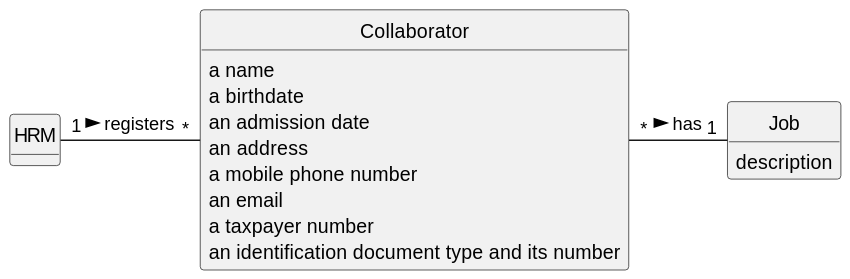
Before: docs/sprintA/us003/02.analysis/svg/us003-domain-model.svg, a diagram exported from PlantUML (Departamento-de-Engenharia-Informatica/lei-24-s2-1dm-g132).
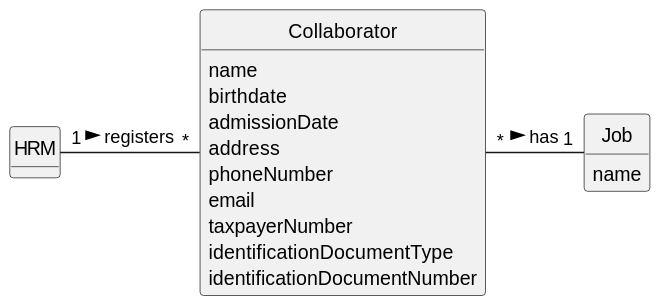
The same diagram one commit later.

Commit message:
US003 SSD update and first version of domain model

The edit, as a diff of the source:
```diff
@@ -15,18 +15,19 @@
 }
 
 class Job {
-    description
+    name
 }
 
 class Collaborator {
-    a name
-    a birthdate
-    an admission date
-    an address
-    a mobile phone number
-    an email
-    a taxpayer number
-    an identification document type and its number
+    name
+    birthdate
+    admissionDate
+    address
+    phoneNumber
+    email
+    taxpayerNumber
+    identificationDocumentType
+    identificationDocumentNumber
 }
 
 HRM "1" - "*" Collaborator : registers >
```
